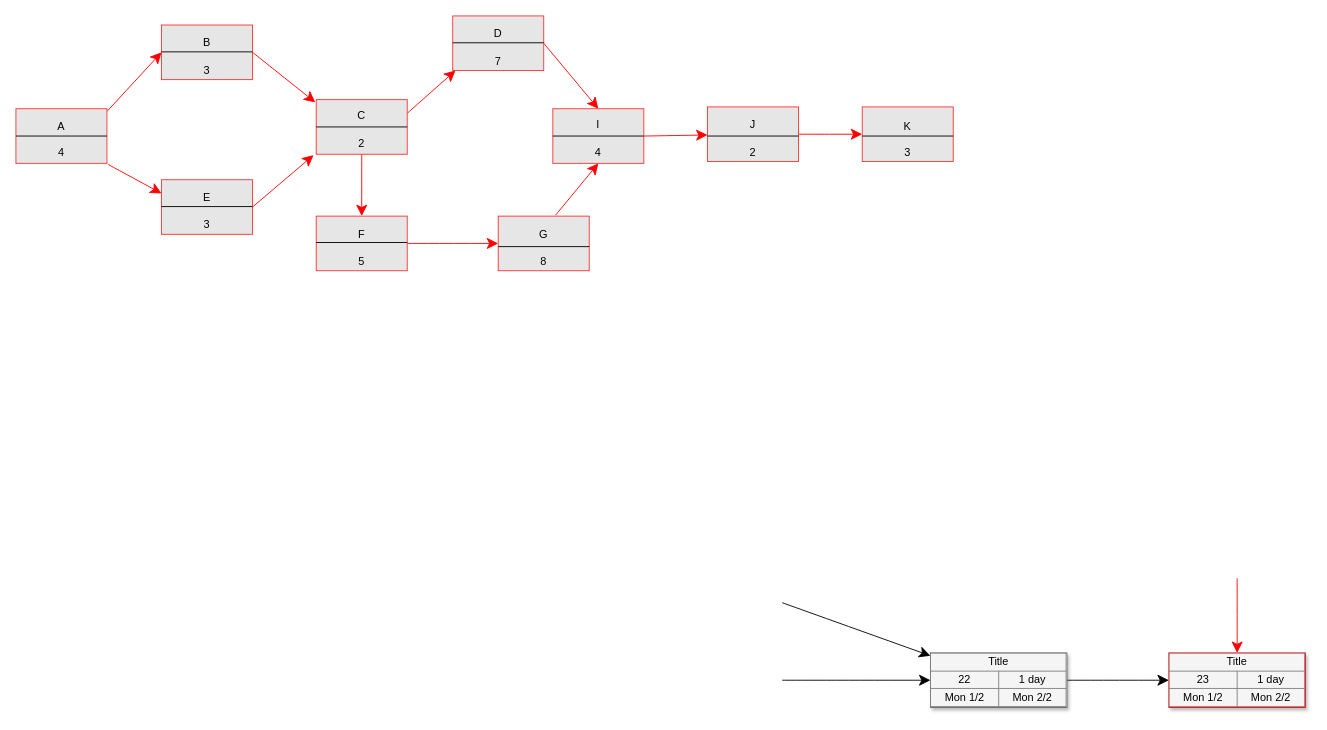
Earlier version of the draw.io diagram Precedence_Network_Diagram.drawio (umayanga123/svsr_diagrums). Source tidied: cells renumbered, new cells numbered last; positions are measured from the earlier drawing's top-left corner, leaving out a move shared by most shapes. Both pictures are drawn from the tidied source at 91%, with x=0, y=0 at pixel (15, 15).
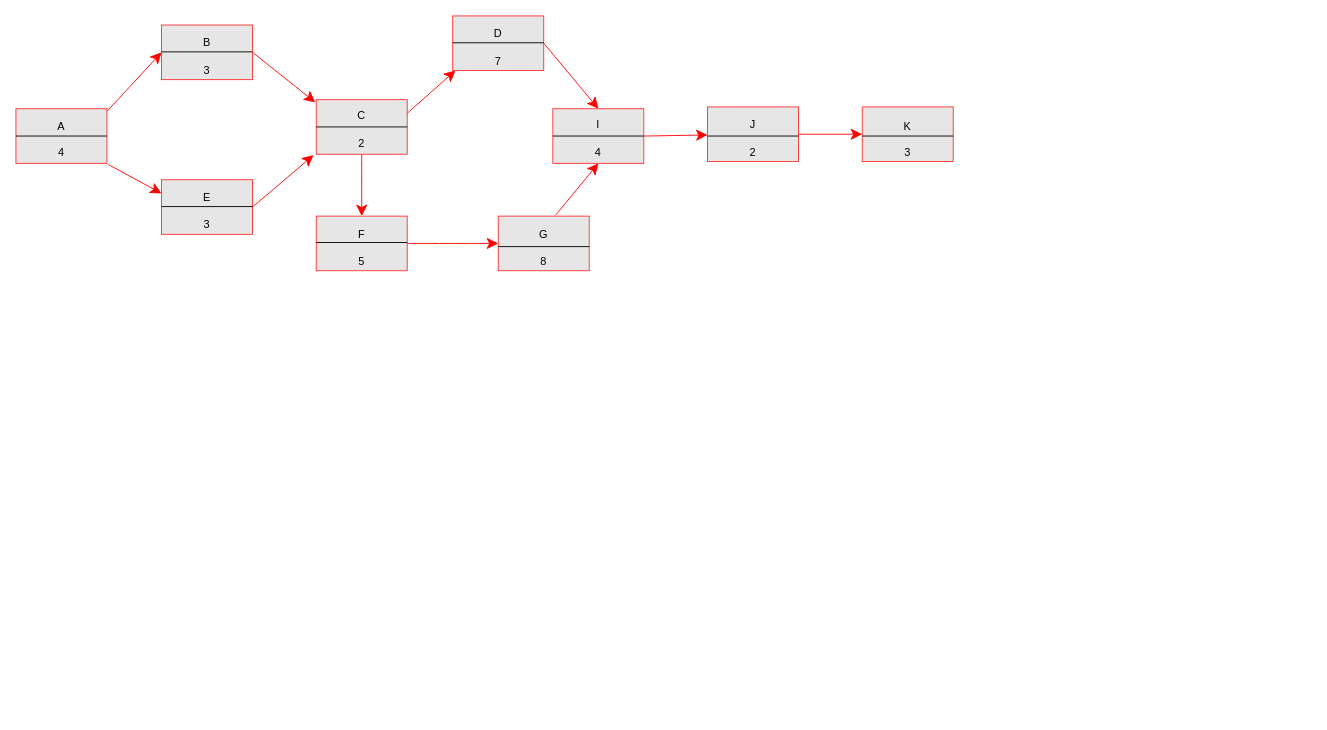
The same diagram, later.

The edit, as a diff of the source:
```diff
@@
-    <mxCell id="4" style="edgeStyle=none;curved=1;html=1;startSize=10;endArrow=classic;endFill=1;endSize=10;strokeColor=#FF0000;strokeWidth=1;fontSize=12;" parent="1" edge="1" target="12">
-      <mxGeometry relative="1" as="geometry">
-        <mxPoint x="1342" y="618" as="sourcePoint" />
-      </mxGeometry>
-    </mxCell>
@@
-    <mxCell id="12" value="&lt;table border=&quot;1&quot; width=&quot;100%&quot; style=&quot;width: 100% ; height: 100% ; border-collapse: collapse&quot;&gt;&lt;tbody&gt;&lt;tr&gt;&lt;td colspan=&quot;2&quot; align=&quot;center&quot;&gt;&lt;font style=&quot;font-size: 12px&quot;&gt;Title&lt;/font&gt;&lt;/td&gt;&lt;/tr&gt;&lt;tr&gt;&lt;td align=&quot;center&quot;&gt;23&lt;/td&gt;&lt;td align=&quot;center&quot;&gt;&lt;font style=&quot;font-size: 12px&quot;&gt;1 day&lt;/font&gt;&lt;/td&gt;&lt;/tr&gt;&lt;tr&gt;&lt;td align=&quot;center&quot;&gt;&lt;font style=&quot;font-size: 12px&quot;&gt;Mon 1/2&lt;/font&gt;&lt;/td&gt;&lt;td align=&quot;center&quot;&gt;&lt;font style=&quot;font-size: 12px&quot;&gt;Mon 2/2&lt;/font&gt;&lt;/td&gt;&lt;/tr&gt;&lt;/tbody&gt;&lt;/table&gt;" style="text;html=1;strokeColor=#FF0000;fillColor=#f5f5f5;overflow=fill;rounded=0;shadow=1;fontSize=12;align=center;" parent="1" vertex="1">
-      <mxGeometry x="1267" y="700" width="150" height="60" as="geometry" />
-    </mxCell>
@@
-    <mxCell id="15" style="edgeStyle=none;curved=1;html=1;startSize=10;endArrow=classic;endFill=1;endSize=10;strokeColor=#000000;strokeWidth=1;fontSize=12;" parent="1" edge="1" target="18">
-      <mxGeometry relative="1" as="geometry">
-        <mxPoint x="842" y="644.8" as="sourcePoint" />
-      </mxGeometry>
-    </mxCell>
-    <mxCell id="16" style="edgeStyle=none;curved=1;html=1;startSize=10;endArrow=classic;endFill=1;endSize=10;strokeColor=#000000;strokeWidth=1;fontSize=12;" parent="1" edge="1" target="18">
-      <mxGeometry relative="1" as="geometry">
-        <mxPoint x="842" y="730" as="sourcePoint" />
-      </mxGeometry>
-    </mxCell>
-    <mxCell id="17" style="edgeStyle=none;curved=1;html=1;startSize=10;endArrow=classic;endFill=1;endSize=10;strokeColor=#000000;strokeWidth=1;fontSize=12;" parent="1" edge="1" source="18" target="12">
-      <mxGeometry relative="1" as="geometry" />
-    </mxCell>
-    <mxCell id="18" value="&lt;table border=&quot;1&quot; width=&quot;100%&quot; style=&quot;width: 100% ; height: 100% ; border-collapse: collapse&quot;&gt;&lt;tbody&gt;&lt;tr&gt;&lt;td colspan=&quot;2&quot; align=&quot;center&quot;&gt;&lt;font style=&quot;font-size: 12px&quot;&gt;Title&lt;/font&gt;&lt;/td&gt;&lt;/tr&gt;&lt;tr&gt;&lt;td align=&quot;center&quot;&gt;22&lt;/td&gt;&lt;td align=&quot;center&quot;&gt;&lt;font style=&quot;font-size: 12px&quot;&gt;1 day&lt;/font&gt;&lt;/td&gt;&lt;/tr&gt;&lt;tr&gt;&lt;td align=&quot;center&quot;&gt;&lt;font style=&quot;font-size: 12px&quot;&gt;Mon 1/2&lt;/font&gt;&lt;/td&gt;&lt;td align=&quot;center&quot;&gt;&lt;font style=&quot;font-size: 12px&quot;&gt;Mon 2/2&lt;/font&gt;&lt;/td&gt;&lt;/tr&gt;&lt;/tbody&gt;&lt;/table&gt;" style="text;html=1;strokeColor=#666666;fillColor=#f5f5f5;overflow=fill;rounded=0;shadow=1;fontSize=12;align=center;" parent="1" vertex="1">
-      <mxGeometry x="1005" y="700" width="150" height="60" as="geometry" />
-    </mxCell>
```
